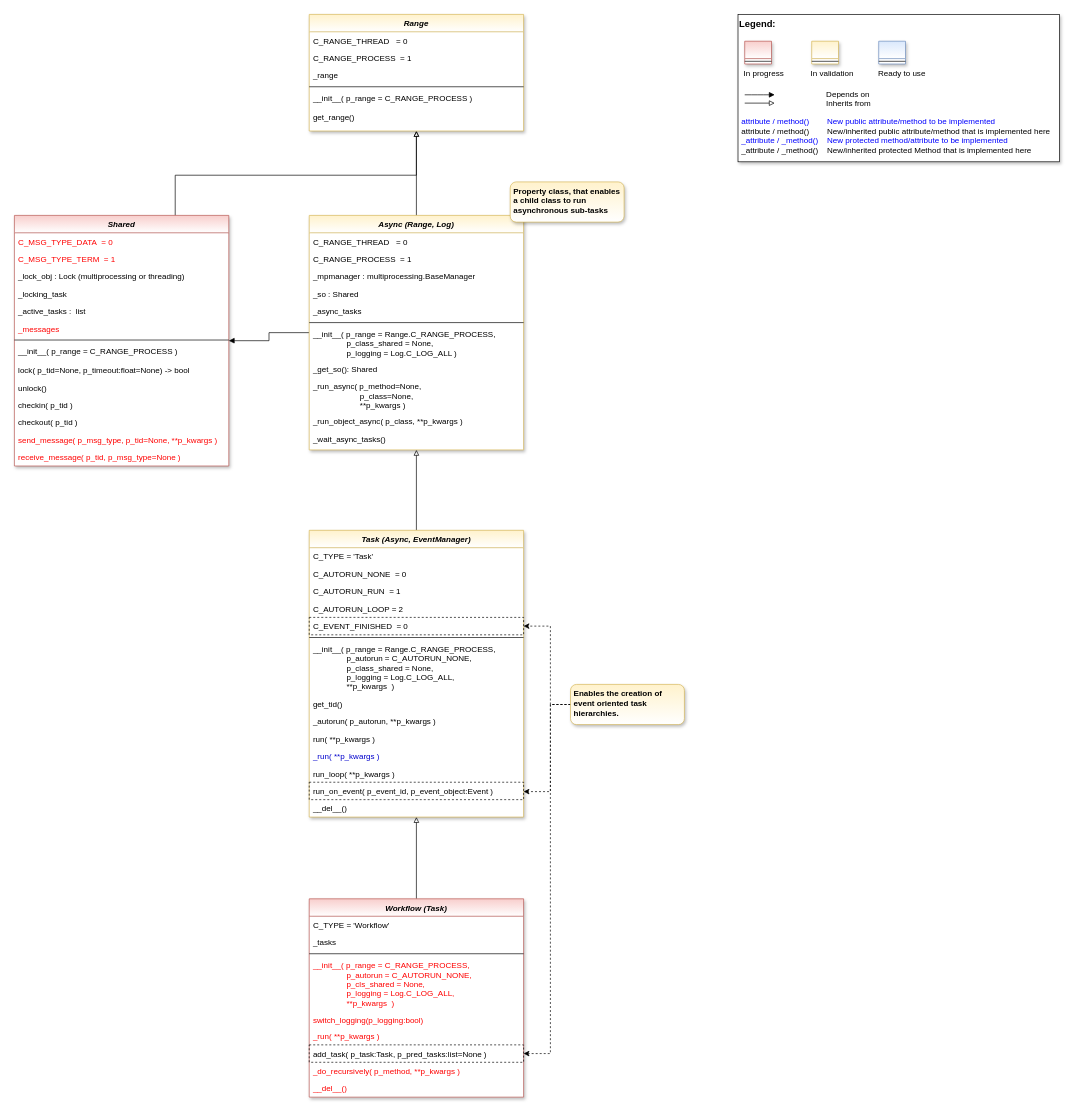
The draw.io diagram doc/rtd/content/append2/core/images/bf/MLPro-BF-MT_class_diagram.drawio in fhswf/MLPro, before the edit. Source tidied: cells renumbered, new cells numbered last; positions are measured from the earlier drawing's top-left corner, leaving out a move shared by most shapes. Both pictures are drawn from the tidied source at 67%, with x=0, y=0 at pixel (14, 14).
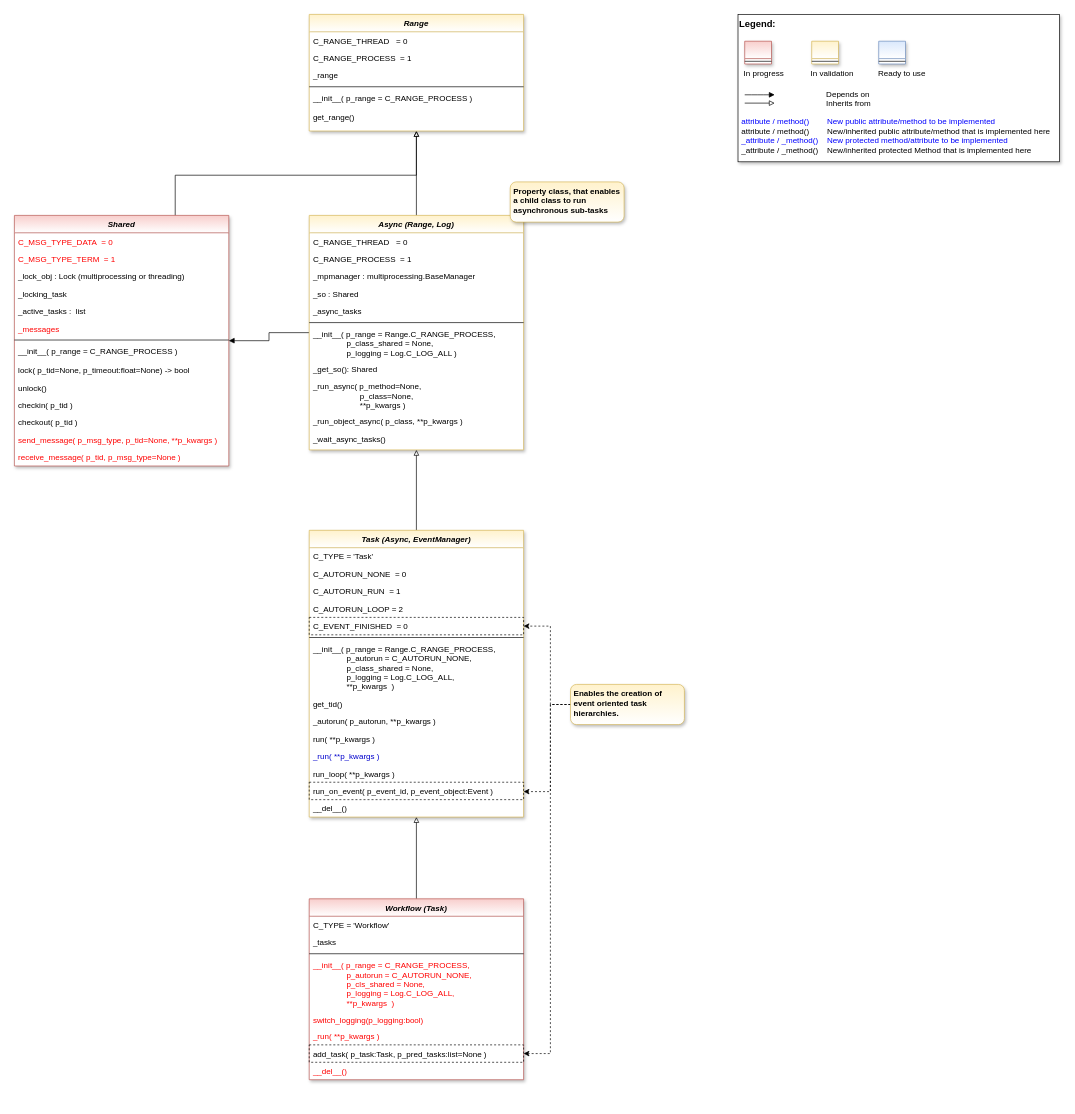
Above is the later version.

Diff of the diagram source:
```diff
@@
     <mxCell id="60" value="Workflow (Task)" style="swimlane;fontStyle=3;align=center;verticalAlign=top;horizontal=1;startSize=26;rounded=0;shadow=1;strokeWidth=1;fillColor=#f8cecc;strokeColor=#b85450;glass=0;swimlaneFillColor=#ffffff;gradientColor=#ffffff;" parent="1" vertex="1">
-      <mxGeometry x="440" y="1320" width="320" height="296" as="geometry" />
+      <mxGeometry x="440" y="1320" width="320" height="270" as="geometry" />
     </mxCell>
@@
-    <mxCell id="68" value="_do_recursively( p_method, **p_kwargs )" style="text;align=left;verticalAlign=top;spacingLeft=4;spacingRight=4;overflow=hidden;fontColor=#FF0000;" parent="60" vertex="1">
-      <mxGeometry y="244" width="320" height="26" as="geometry" />
-    </mxCell>
     <mxCell id="69" value="__del__()" style="text;align=left;verticalAlign=top;spacingLeft=4;spacingRight=4;overflow=hidden;fontColor=#FF0000;" parent="60" vertex="1">
-      <mxGeometry y="270" width="320" height="26" as="geometry" />
+      <mxGeometry y="244" width="320" height="26" as="geometry" />
     </mxCell>
```
